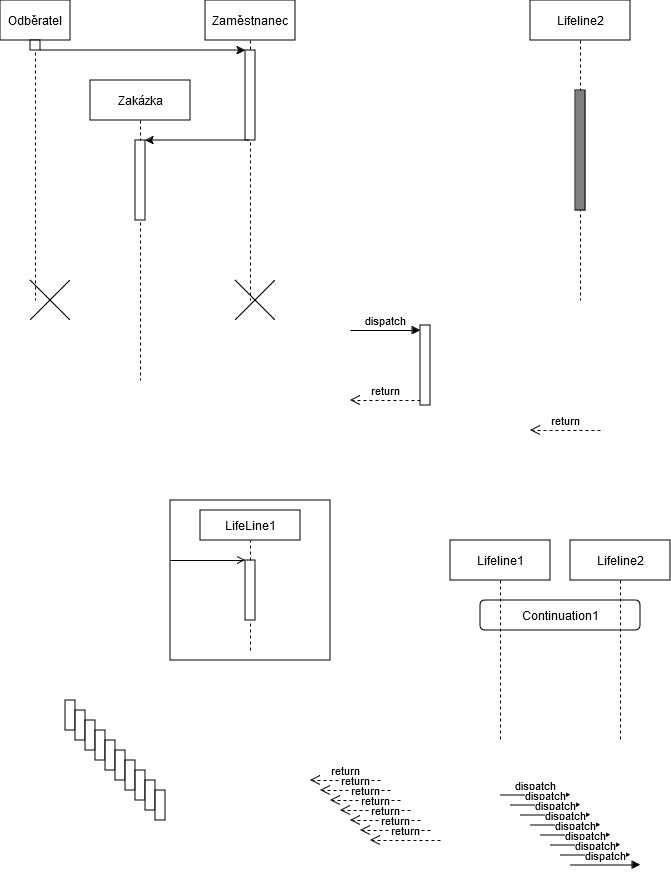
This is SW_ING/Kosmeticka_tuzka_sekvencni_diagram.png from KarelMasa/pg, a draw.io export, as it was before one commit. Source tidied: cells renumbered, new cells last; positions are measured from the earlier drawing's top-left corner, leaving out a move shared by most shapes.
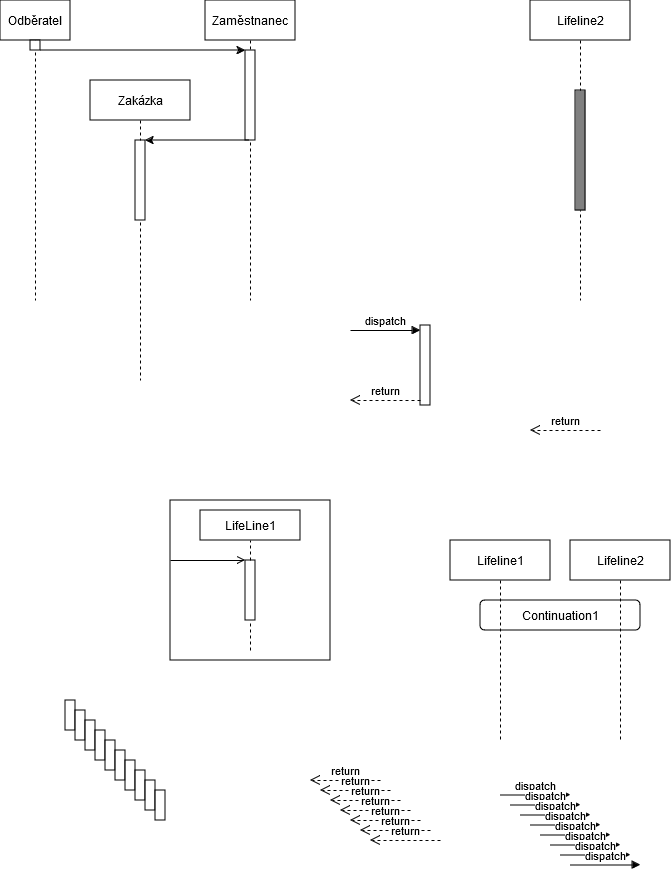
After the commit.

Diff of the diagram source:
```diff
@@ -18,18 +18,12 @@
     <mxCell id="5" value="Odběratel" style="shape=umlLifeline;perimeter=lifelinePerimeter;whiteSpace=wrap;html=1;newEdgeStyle={&quot;edgeStyle&quot;:&quot;elbowEdgeStyle&quot;,&quot;elbow&quot;:&quot;vertical&quot;,&quot;curved&quot;:0,&quot;rounded&quot;:0};" parent="1" vertex="1">
       <mxGeometry width="70" height="300" as="geometry" />
     </mxCell>
-    <mxCell id="6" style="shape=umlDestroy;dashed=0;targetShapes=umlLifeline;" parent="5" vertex="1">
-      <mxGeometry x="30" y="280" width="40" height="40" as="geometry" />
-    </mxCell>
     <mxCell id="7" style="html=1;points=[[0,0,0,0,5],[0,1,0,0,-5],[1,0,0,0,5],[1,1,0,0,-5]];perimeter=orthogonalPerimeter;outlineConnect=0;targetShapes=umlLifeline;portConstraint=eastwest;newEdgeStyle={&quot;curved&quot;:0,&quot;rounded&quot;:0};" parent="5" vertex="1">
       <mxGeometry x="30" y="40" width="10" height="10" as="geometry" />
     </mxCell>
     <mxCell id="8" value="Zaměstnanec" style="shape=umlLifeline;perimeter=lifelinePerimeter;whiteSpace=wrap;html=1;outlineConnect=0;portConstraint=eastwest;newEdgeStyle={&quot;edgeStyle&quot;:&quot;elbowEdgeStyle&quot;,&quot;elbow&quot;:&quot;vertical&quot;,&quot;curved&quot;:0,&quot;rounded&quot;:0};" parent="1" vertex="1">
       <mxGeometry x="205" width="90" height="300" as="geometry" />
     </mxCell>
-    <mxCell id="9" style="shape=umlDestroy;dashed=0;targetShapes=umlLifeline;" parent="8" vertex="1">
-      <mxGeometry x="30" y="280" width="40" height="40" as="geometry" />
-    </mxCell>
     <mxCell id="10" style="html=1;points=[[0,0,0,0,5],[0,1,0,0,-5],[1,0,0,0,5],[1,1,0,0,-5]];perimeter=orthogonalPerimeter;outlineConnect=0;targetShapes=umlLifeline;portConstraint=eastwest;newEdgeStyle={&quot;curved&quot;:0,&quot;rounded&quot;:0};" parent="8" vertex="1">
       <mxGeometry x="40" y="50" width="10" height="90" as="geometry" />
     </mxCell>
```
